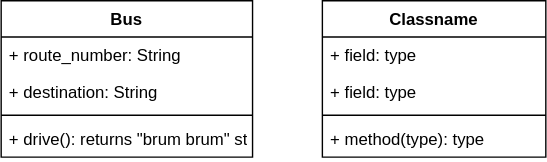
The draw.io diagram bus_lab_start_code/Untitled.svg in evelyn-sz/Bus_passenger_bus_stop, before a commit. Source tidied: cells renumbered, new cells last; positions are measured from the earlier drawing's top-left corner, leaving out a move shared by most shapes. The source it was exported from:
```xml
<mxGraphModel>
  <root>
    <mxCell id="0" />
    <mxCell id="1" parent="0" />
    <mxCell id="2" value="Bus" style="swimlane;fontStyle=1;align=center;verticalAlign=top;horizontal=1;startSize=26;" parent="1" vertex="1">
      <mxGeometry width="180" height="112" as="geometry" />
    </mxCell>
    <mxCell id="3" value="+ route_number: String" style="text;strokeColor=none;fillColor=none;align=left;verticalAlign=top;spacingLeft=4;spacingRight=4;overflow=hidden;" parent="2" vertex="1">
      <mxGeometry y="26" width="180" height="26" as="geometry" />
    </mxCell>
    <mxCell id="4" value="+ destination: String" style="text;strokeColor=none;fillColor=none;align=left;verticalAlign=top;spacingLeft=4;spacingRight=4;overflow=hidden;points=[[0,0.5],[1,0.5]];portConstraint=eastwest;" parent="2" vertex="1">
      <mxGeometry y="52" width="180" height="26" as="geometry" />
    </mxCell>
    <mxCell id="5" style="line;strokeWidth=1;fillColor=none;align=left;verticalAlign=middle;spacingTop=-1;spacingLeft=3;spacingRight=3;labelPosition=right;" parent="2" vertex="1">
      <mxGeometry y="78" width="180" height="8" as="geometry" />
    </mxCell>
    <mxCell id="6" value="+ drive(): returns &quot;brum brum&quot; str&#10;" style="text;strokeColor=none;fillColor=none;align=left;verticalAlign=top;spacingLeft=4;spacingRight=4;overflow=hidden;" parent="2" vertex="1">
      <mxGeometry y="86" width="180" height="26" as="geometry" />
    </mxCell>
    <mxCell id="7" value="Classname" style="swimlane;fontStyle=1;align=center;verticalAlign=top;horizontal=1;startSize=26;" parent="1" vertex="1">
      <mxGeometry x="230" width="160" height="112" as="geometry" />
    </mxCell>
    <mxCell id="8" value="+ field: type" style="text;strokeColor=none;fillColor=none;align=left;verticalAlign=top;spacingLeft=4;spacingRight=4;overflow=hidden;" parent="7" vertex="1">
      <mxGeometry y="26" width="160" height="26" as="geometry" />
    </mxCell>
    <mxCell id="9" value="+ field: type" style="text;strokeColor=none;fillColor=none;align=left;verticalAlign=top;spacingLeft=4;spacingRight=4;overflow=hidden;" parent="7" vertex="1">
      <mxGeometry y="52" width="160" height="26" as="geometry" />
    </mxCell>
    <mxCell id="10" style="line;strokeWidth=1;fillColor=none;align=left;verticalAlign=middle;spacingTop=-1;spacingLeft=3;spacingRight=3;labelPosition=right;" parent="7" vertex="1">
      <mxGeometry y="78" width="160" height="8" as="geometry" />
    </mxCell>
    <mxCell id="11" value="+ method(type): type" style="text;strokeColor=none;fillColor=none;align=left;verticalAlign=top;spacingLeft=4;spacingRight=4;overflow=hidden;" parent="7" vertex="1">
      <mxGeometry y="86" width="160" height="26" as="geometry" />
    </mxCell>
  </root>
</mxGraphModel>
```
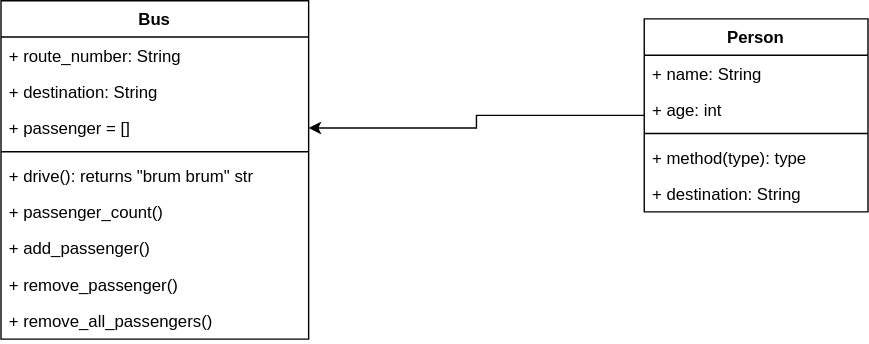
Later version of the same file.

Commit message:
added Bus class

Diff of the diagram source:
```diff
@@ -3,27 +3,45 @@
     <mxCell id="0" />
     <mxCell id="1" parent="0" />
     <mxCell id="2" value="Bus" style="swimlane;fontStyle=1;align=center;verticalAlign=top;horizontal=1;startSize=26;" parent="1" vertex="1">
-      <mxGeometry width="180" height="112" as="geometry" />
+      <mxGeometry x="-40" y="-40" width="220" height="242" as="geometry" />
     </mxCell>
     <mxCell id="3" value="+ route_number: String" style="text;strokeColor=none;fillColor=none;align=left;verticalAlign=top;spacingLeft=4;spacingRight=4;overflow=hidden;" parent="2" vertex="1">
-      <mxGeometry y="26" width="180" height="26" as="geometry" />
+      <mxGeometry y="26" width="220" height="26" as="geometry" />
     </mxCell>
+    <mxCell id="12" value="+ destination: String" style="text;strokeColor=none;fillColor=none;align=left;verticalAlign=top;spacingLeft=4;spacingRight=4;overflow=hidden;" parent="2" vertex="1">
+      <mxGeometry y="52" width="220" height="26" as="geometry" />
+    </mxCell>
-    <mxCell id="4" value="+ destination: String" style="text;strokeColor=none;fillColor=none;align=left;verticalAlign=top;spacingLeft=4;spacingRight=4;overflow=hidden;points=[[0,0.5],[1,0.5]];portConstraint=eastwest;" parent="2" vertex="1">
-      <mxGeometry y="52" width="180" height="26" as="geometry" />
+    <mxCell id="4" value="+ passenger = []" style="text;strokeColor=none;fillColor=none;align=left;verticalAlign=top;spacingLeft=4;spacingRight=4;overflow=hidden;points=[[0,0.5],[1,0.5]];portConstraint=eastwest;" parent="2" vertex="1">
+      <mxGeometry y="78" width="220" height="26" as="geometry" />
     </mxCell>
     <mxCell id="5" style="line;strokeWidth=1;fillColor=none;align=left;verticalAlign=middle;spacingTop=-1;spacingLeft=3;spacingRight=3;labelPosition=right;" parent="2" vertex="1">
-      <mxGeometry y="78" width="180" height="8" as="geometry" />
+      <mxGeometry y="104" width="220" height="8" as="geometry" />
     </mxCell>
+    <mxCell id="13" value="+ drive(): returns &quot;brum brum&quot; str&#10;" style="text;strokeColor=none;fillColor=none;align=left;verticalAlign=top;spacingLeft=4;spacingRight=4;overflow=hidden;" parent="2" vertex="1">
+      <mxGeometry y="112" width="220" height="26" as="geometry" />
+    </mxCell>
-    <mxCell id="6" value="+ drive(): returns &quot;brum brum&quot; str&#10;" style="text;strokeColor=none;fillColor=none;align=left;verticalAlign=top;spacingLeft=4;spacingRight=4;overflow=hidden;" parent="2" vertex="1">
-      <mxGeometry y="86" width="180" height="26" as="geometry" />
+    <mxCell id="6" value="+ passenger_count()" style="text;strokeColor=none;fillColor=none;align=left;verticalAlign=top;spacingLeft=4;spacingRight=4;overflow=hidden;" parent="2" vertex="1">
+      <mxGeometry y="138" width="220" height="26" as="geometry" />
     </mxCell>
+    <mxCell id="14" value="+ add_passenger()" style="text;strokeColor=none;fillColor=none;align=left;verticalAlign=top;spacingLeft=4;spacingRight=4;overflow=hidden;" parent="2" vertex="1">
+      <mxGeometry y="164" width="220" height="26" as="geometry" />
+    </mxCell>
+    <mxCell id="15" value="+ remove_passenger()" style="text;strokeColor=none;fillColor=none;align=left;verticalAlign=top;spacingLeft=4;spacingRight=4;overflow=hidden;" parent="2" vertex="1">
+      <mxGeometry y="190" width="220" height="26" as="geometry" />
+    </mxCell>
+    <mxCell id="16" value="+ remove_all_passengers()" style="text;strokeColor=none;fillColor=none;align=left;verticalAlign=top;spacingLeft=4;spacingRight=4;overflow=hidden;" parent="2" vertex="1">
+      <mxGeometry y="216" width="220" height="26" as="geometry" />
+    </mxCell>
+    <mxCell id="17" style="edgeStyle=orthogonalEdgeStyle;rounded=0;jettySize=auto;html=1;" parent="1" edge="1" source="7" target="4">
+      <mxGeometry relative="1" as="geometry" />
+    </mxCell>
-    <mxCell id="7" value="Classname" style="swimlane;fontStyle=1;align=center;verticalAlign=top;horizontal=1;startSize=26;" parent="1" vertex="1">
-      <mxGeometry x="230" width="160" height="112" as="geometry" />
+    <mxCell id="7" value="Person" style="swimlane;fontStyle=1;align=center;verticalAlign=top;horizontal=1;startSize=26;" parent="1" vertex="1">
+      <mxGeometry x="420" y="-27" width="160" height="138" as="geometry" />
     </mxCell>
-    <mxCell id="8" value="+ field: type" style="text;strokeColor=none;fillColor=none;align=left;verticalAlign=top;spacingLeft=4;spacingRight=4;overflow=hidden;" parent="7" vertex="1">
+    <mxCell id="8" value="+ name: String" style="text;strokeColor=none;fillColor=none;align=left;verticalAlign=top;spacingLeft=4;spacingRight=4;overflow=hidden;" parent="7" vertex="1">
       <mxGeometry y="26" width="160" height="26" as="geometry" />
     </mxCell>
-    <mxCell id="9" value="+ field: type" style="text;strokeColor=none;fillColor=none;align=left;verticalAlign=top;spacingLeft=4;spacingRight=4;overflow=hidden;" parent="7" vertex="1">
+    <mxCell id="9" value="+ age: int" style="text;strokeColor=none;fillColor=none;align=left;verticalAlign=top;spacingLeft=4;spacingRight=4;overflow=hidden;" parent="7" vertex="1">
       <mxGeometry y="52" width="160" height="26" as="geometry" />
     </mxCell>
     <mxCell id="10" style="line;strokeWidth=1;fillColor=none;align=left;verticalAlign=middle;spacingTop=-1;spacingLeft=3;spacingRight=3;labelPosition=right;" parent="7" vertex="1">
@@ -32,5 +50,8 @@
     <mxCell id="11" value="+ method(type): type" style="text;strokeColor=none;fillColor=none;align=left;verticalAlign=top;spacingLeft=4;spacingRight=4;overflow=hidden;" parent="7" vertex="1">
       <mxGeometry y="86" width="160" height="26" as="geometry" />
     </mxCell>
+    <mxCell id="18" value="+ destination: String" style="text;strokeColor=none;fillColor=none;align=left;verticalAlign=top;spacingLeft=4;spacingRight=4;overflow=hidden;" parent="7" vertex="1">
+      <mxGeometry y="112" width="160" height="26" as="geometry" />
+    </mxCell>
   </root>
 </mxGraphModel>
```
